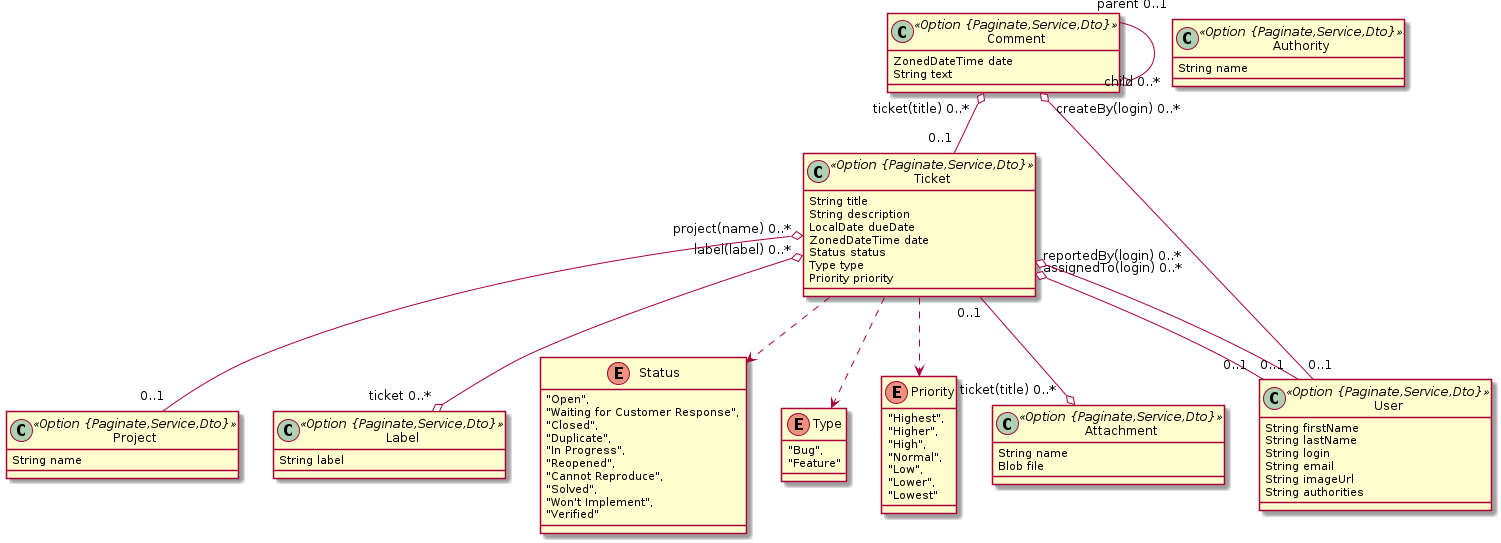
Earlier version of the PlantUML export .jdl-sample/bug-tracker-v1.png (VergilSkye/exemplo-jenkins).
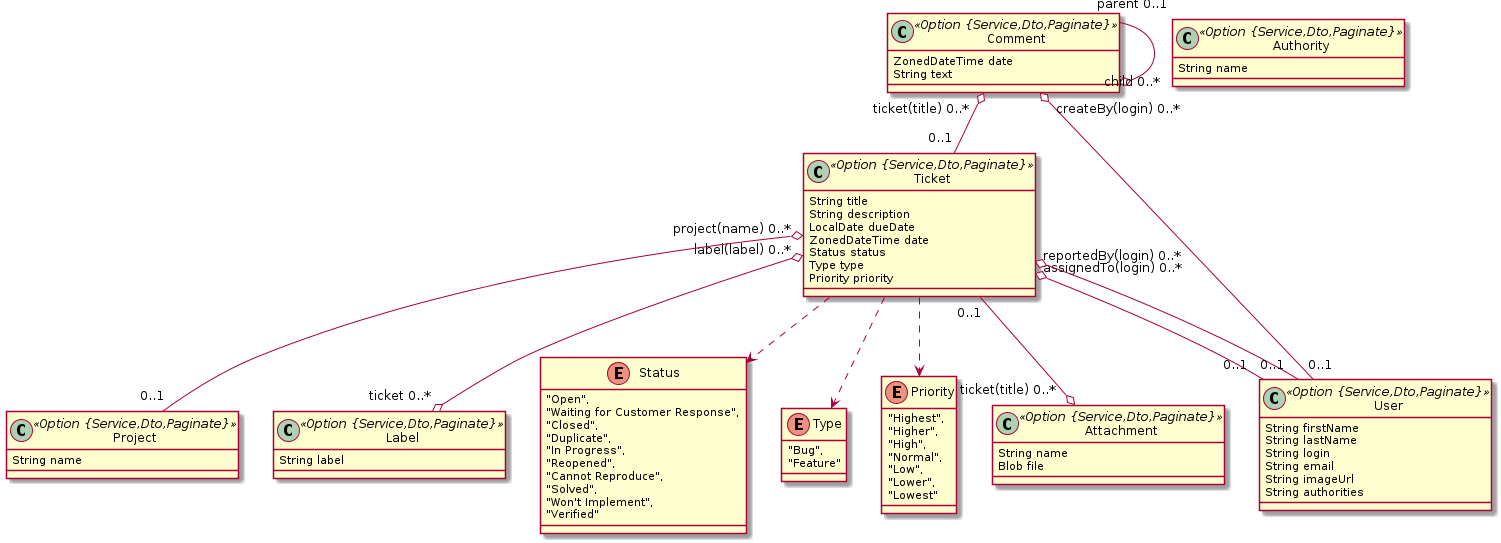
After the commit.

The edit, as a diff of the source:
```diff
@@ -1,12 +1,12 @@
 @startuml
 	!pragma syntax class
-	class Project <<Option {Paginate,Service,Dto}>> {
+	class Project <<Option {Service,Dto,Paginate}>> {
 		String name
 	}
-	class Label <<Option {Paginate,Service,Dto}>> {
+	class Label <<Option {Service,Dto,Paginate}>> {
 		String label
 	}
-	class Ticket <<Option {Paginate,Service,Dto}>> {
+	class Ticket <<Option {Service,Dto,Paginate}>> {
 		String title
 		String description
 		LocalDate dueDate
@@ -18,7 +18,7 @@
 	Ticket ..> Status
 	Ticket ..> Type
 	Ticket ..> Priority
-	class Attachment <<Option {Paginate,Service,Dto}>> {
+	class Attachment <<Option {Service,Dto,Paginate}>> {
 		String name
 		Blob file
 	}
@@ -55,14 +55,14 @@
 		"Lower",
 		"Lowest"
 	}
-	class Comment <<Option {Paginate,Service,Dto}>> {
+	class Comment <<Option {Service,Dto,Paginate}>> {
 		ZonedDateTime date
 		String text
 	}
-	class Authority <<Option {Paginate,Service,Dto}>> {
+	class Authority <<Option {Service,Dto,Paginate}>> {
 		String name
 	}
-	class User <<Option {Paginate,Service,Dto}>> {
+	class User <<Option {Service,Dto,Paginate}>> {
 		String firstName
 		String lastName
 		String login
```
